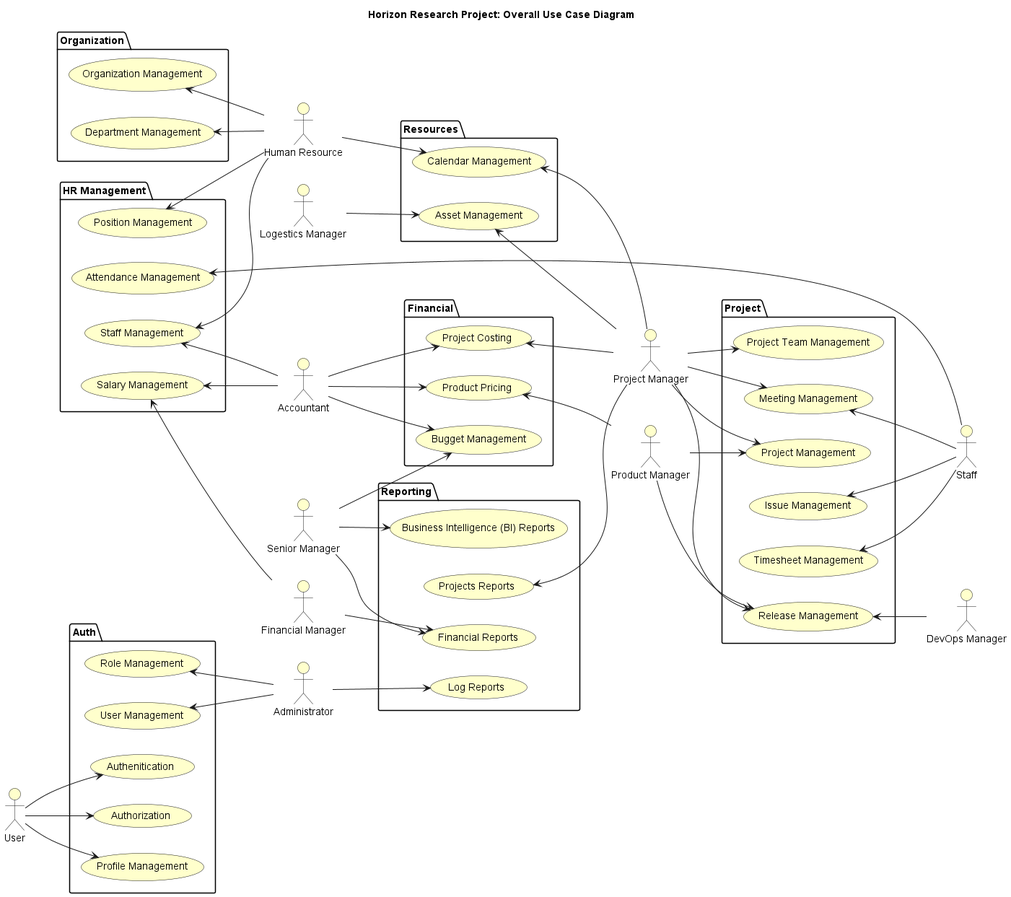
The PlantUML diagram HorizonUml/out/UseCase/Use Case/Overall/OverallUseCaseDiagram.png in mahyaresteki/Horizon, before a commit.
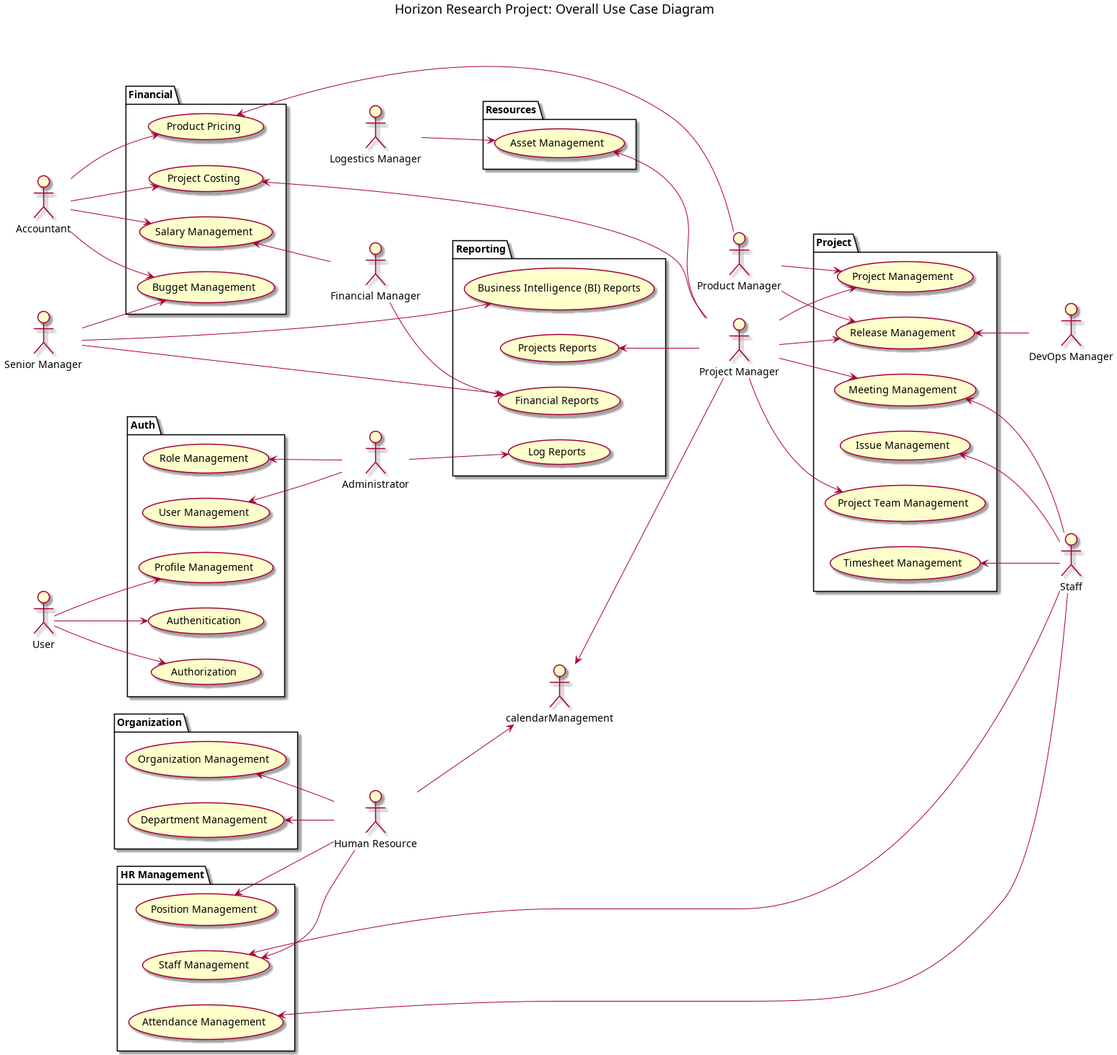
Later version of the same file.

Change to the diagram source:
```diff
@@ -36,12 +36,10 @@
     usecase "Position Management" as positionManagement
     usecase "Staff Management" as staffManagement
     usecase "Attendance Management" as attendanceManagement
-    usecase "Salary Management" as salaryManagement
 }
 
 package "Resources"{
     usecase "Asset Management" as assetManagement
-    usecase "Calendar Management" as calendarManagement
 }
 
 package "Project"{
@@ -65,6 +63,7 @@
     usecase "Project Costing" as costing
     usecase "Bugget Management" as bugget
     usecase "Product Pricing" as pricing
+    usecase "Salary Management" as salaryManagement
 }
 
 
@@ -76,8 +75,8 @@
 roleManagement <-- Admin
 userManagement <-- Admin
 staffManagement <-- HR
-staffManagement <-- Accountant
-salaryManagement <-- Accountant
+staffManagement <-- Staff
+Accountant --> salaryManagement
 Accountant --> costing
 Accountant --> pricing
 Accountant --> bugget
```
